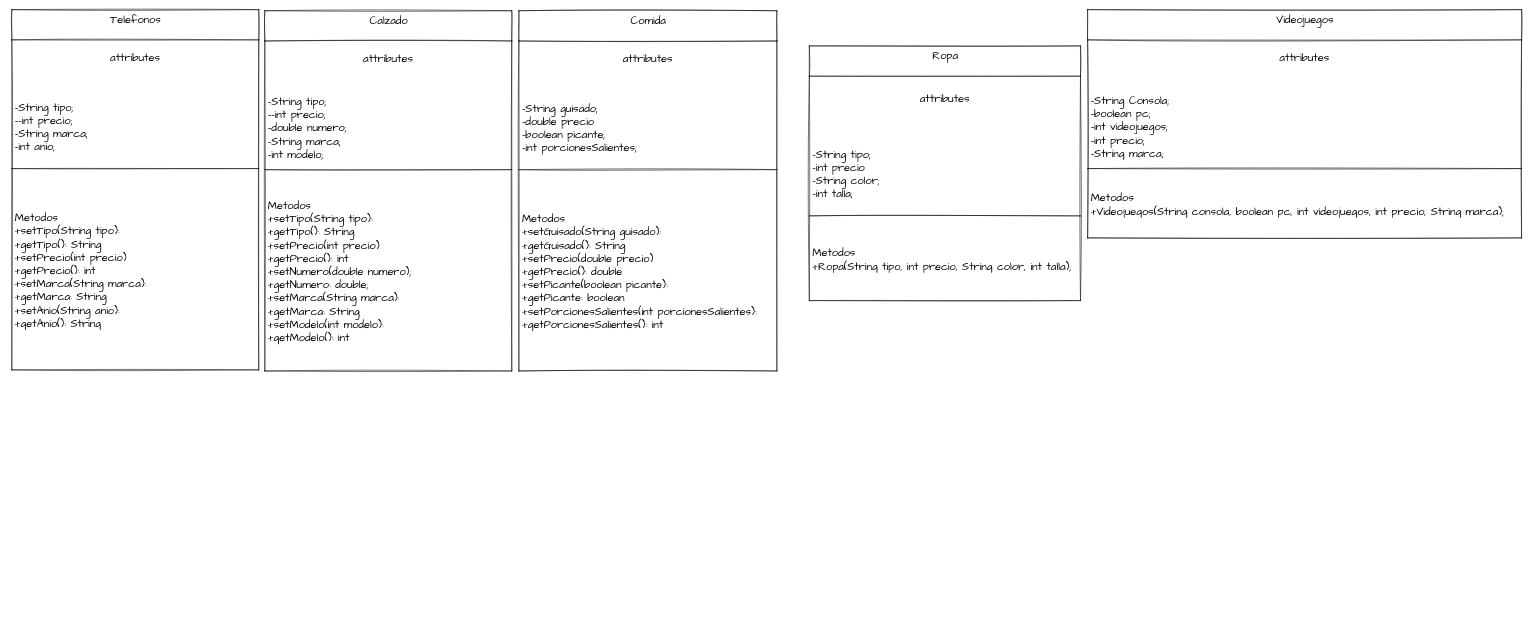
Earlier version of the draw.io diagram Untitled Diagram.drawio (alan-carrasco/Pr-ctica). Source tidied: cells renumbered, new cells numbered last; positions are measured from the earlier drawing's top-left corner, leaving out a move shared by most shapes. Both pictures are drawn from the tidied source at 55%, with x=0, y=0 at pixel (12, 9).
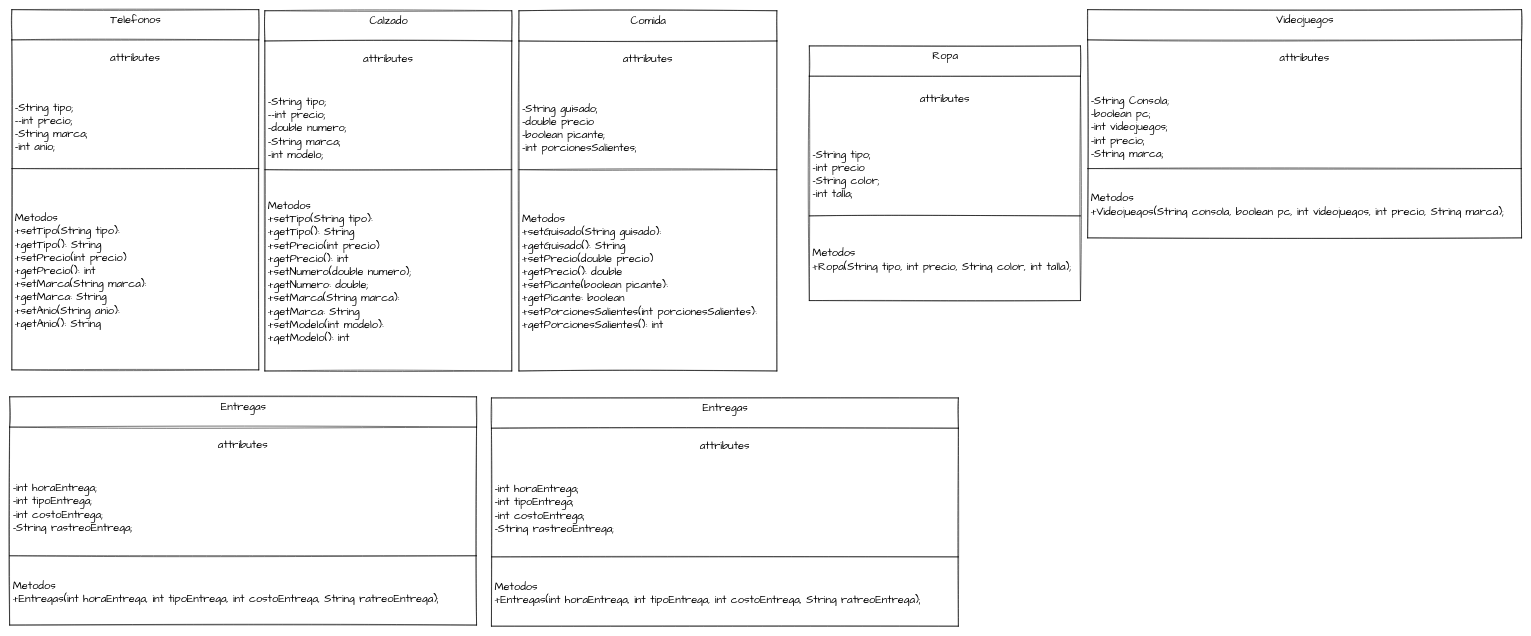
The same diagram, later.

Change to the diagram source:
```diff
@@
+    <mxCell id="27" value="Entregas" style="swimlane;fontStyle=0;align=center;verticalAlign=top;horizontal=1;startSize=55;html=1;sketch=1;hachureGap=4;fontFamily=Architects Daughter;fontSize=20;" parent="1" vertex="1">
+      <mxGeometry x="-4" y="704" width="849" height="415" as="geometry" />
+    </mxCell>
+    <mxCell id="28" value="attributes" style="text;html=1;strokeColor=none;fillColor=none;align=center;verticalAlign=middle;spacingLeft=4;spacingRight=4;overflow=hidden;sketch=1;hachureGap=4;fontFamily=Architects Daughter;fontSize=20;" parent="27" vertex="1">
+      <mxGeometry y="55" width="849" height="62" as="geometry" />
+    </mxCell>
+    <mxCell id="29" value="&lt;div&gt;-int horaEntrega;&lt;/div&gt;&lt;div&gt;-int tipoEntrega;&lt;/div&gt;&lt;div&gt;-int costoEntrega;&lt;/div&gt;&lt;div&gt;-String rastreoEntrega;&lt;br&gt;&lt;/div&gt;" style="text;html=1;strokeColor=none;fillColor=none;align=left;verticalAlign=middle;spacingLeft=4;spacingRight=4;overflow=hidden;sketch=1;hachureGap=4;fontFamily=Comic Sans MS;fontSize=20;" parent="27" vertex="1">
+      <mxGeometry y="117" width="849" height="168" as="geometry" />
+    </mxCell>
+    <mxCell id="30" style="line;strokeWidth=1;fillColor=none;align=left;verticalAlign=middle;spacingTop=-1;spacingLeft=3;spacingRight=3;labelPosition=right;sketch=1;hachureGap=4;fontFamily=Architects Daughter;fontSize=20;" parent="27" vertex="1">
+      <mxGeometry y="285" width="849" height="8" as="geometry" />
+    </mxCell>
+    <mxCell id="31" value="&lt;div&gt;Metodos&lt;/div&gt;+Entregas(int horaEntrega, int tipoEntrega, int costoEntrega, String ratreoEntrega);" style="text;html=1;strokeColor=none;fillColor=none;align=left;verticalAlign=middle;spacingLeft=4;spacingRight=4;overflow=hidden;sketch=1;hachureGap=4;fontFamily=Comic Sans MS;fontSize=20;" parent="27" vertex="1">
+      <mxGeometry y="293" width="849" height="122" as="geometry" />
+    </mxCell>
+    <mxCell id="32" value="Entregas" style="swimlane;fontStyle=0;align=center;verticalAlign=top;horizontal=1;startSize=55;html=1;sketch=1;hachureGap=4;fontFamily=Architects Daughter;fontSize=20;" parent="1" vertex="1">
+      <mxGeometry x="872" y="706" width="849" height="415" as="geometry" />
+    </mxCell>
+    <mxCell id="33" value="attributes" style="text;html=1;strokeColor=none;fillColor=none;align=center;verticalAlign=middle;spacingLeft=4;spacingRight=4;overflow=hidden;sketch=1;hachureGap=4;fontFamily=Architects Daughter;fontSize=20;" parent="32" vertex="1">
+      <mxGeometry y="55" width="849" height="62" as="geometry" />
+    </mxCell>
+    <mxCell id="34" value="&lt;div&gt;-int horaEntrega;&lt;/div&gt;&lt;div&gt;-int tipoEntrega;&lt;/div&gt;&lt;div&gt;-int costoEntrega;&lt;/div&gt;&lt;div&gt;-String rastreoEntrega;&lt;br&gt;&lt;/div&gt;" style="text;html=1;strokeColor=none;fillColor=none;align=left;verticalAlign=middle;spacingLeft=4;spacingRight=4;overflow=hidden;sketch=1;hachureGap=4;fontFamily=Comic Sans MS;fontSize=20;" parent="32" vertex="1">
+      <mxGeometry y="117" width="849" height="168" as="geometry" />
+    </mxCell>
+    <mxCell id="35" style="line;strokeWidth=1;fillColor=none;align=left;verticalAlign=middle;spacingTop=-1;spacingLeft=3;spacingRight=3;labelPosition=right;sketch=1;hachureGap=4;fontFamily=Architects Daughter;fontSize=20;" parent="32" vertex="1">
+      <mxGeometry y="285" width="849" height="8" as="geometry" />
+    </mxCell>
+    <mxCell id="36" value="&lt;div&gt;Metodos&lt;/div&gt;+Entregas(int horaEntrega, int tipoEntrega, int costoEntrega, String ratreoEntrega);" style="text;html=1;strokeColor=none;fillColor=none;align=left;verticalAlign=middle;spacingLeft=4;spacingRight=4;overflow=hidden;sketch=1;hachureGap=4;fontFamily=Comic Sans MS;fontSize=20;" parent="32" vertex="1">
+      <mxGeometry y="293" width="849" height="122" as="geometry" />
+    </mxCell>
```
